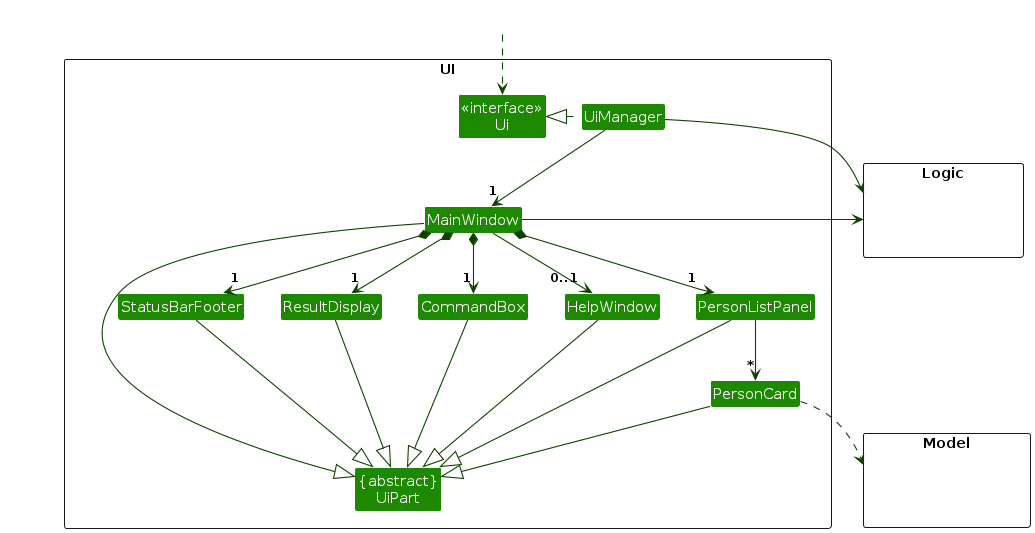
Before: diagrams/UiClassDiagram.png, a diagram exported from PlantUML (AY2627S1-CS2103T-T09-2/tp). Its source is kept beside it as diagrams/UiClassDiagram.puml.
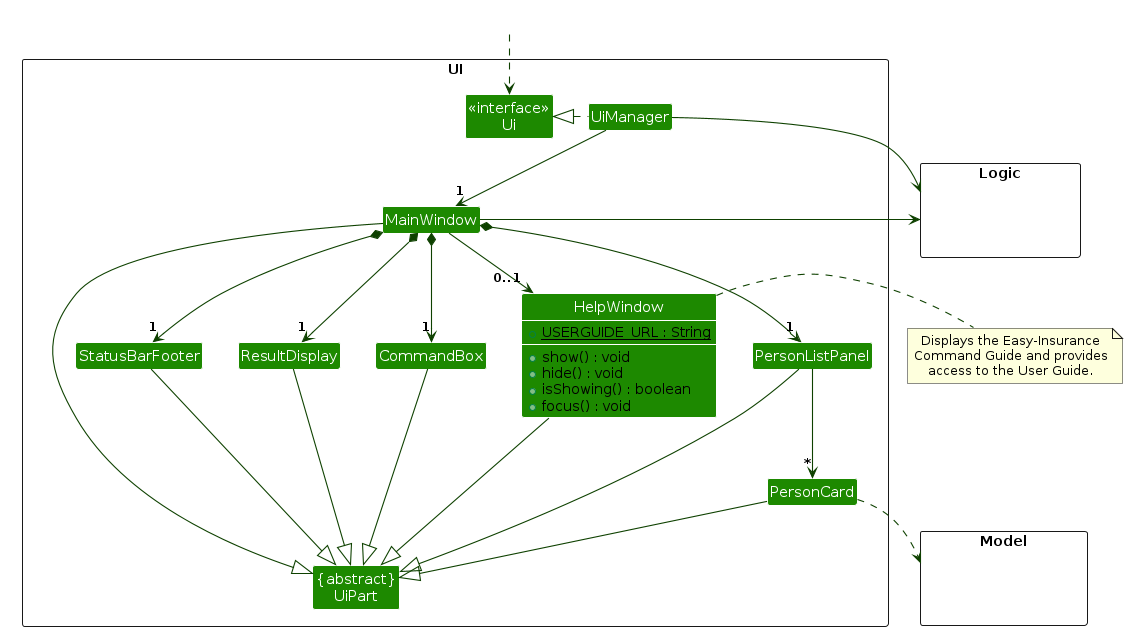
After the change.

Diff of the diagram source:
```diff
@@ -9,7 +9,17 @@
 Class "{abstract}\nUiPart" as UiPart
 Class UiManager
 Class MainWindow
-Class HelpWindow
+
+Class HelpWindow {
+    + {static} USERGUIDE_URL : String
+    + show() : void
+    + hide() : void
+    + isShowing() : boolean
+    + focus() : void
+}
+
+show HelpWindow members
+
 Class ResultDisplay
 Class PersonListPanel
 Class PersonCard
@@ -30,7 +40,7 @@
 
 UiManager .left.|> Ui
 UiManager -down-> "1" MainWindow
-MainWindow *-down->  "1" CommandBox
+MainWindow *-down-> "1" CommandBox
 MainWindow *-down-> "1" ResultDisplay
 MainWindow *-down-> "1" PersonListPanel
 MainWindow *-down-> "1" StatusBarFooter
@@ -51,6 +61,12 @@
 UiManager -right-> Logic
 MainWindow -left-> Logic
 
+note right of HelpWindow
+Displays the Easy-Insurance
+Command Guide and provides
+access to the User Guide.
+end note
+
 PersonListPanel -[hidden]left- HelpWindow
 HelpWindow -[hidden]left- CommandBox
 CommandBox -[hidden]left- ResultDisplay
```
